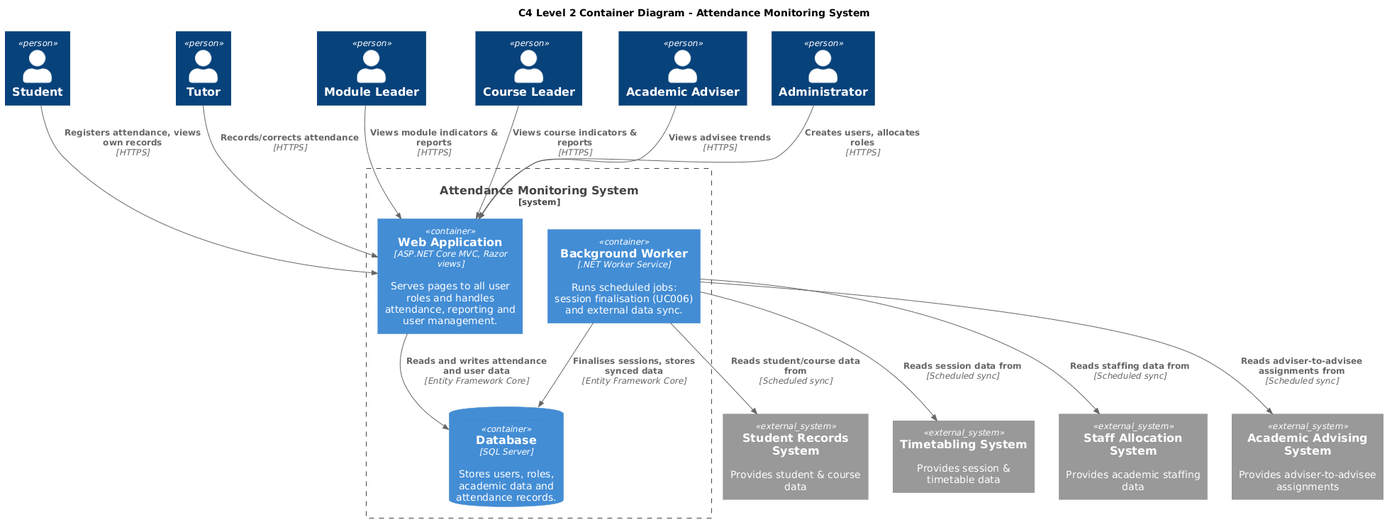
This is out/diagrams/c4-level2-diagram/AttendanceMonitoringSystemC4L2.png from Shelly855/attendance-monitoring-copy, a PlantUML export, as it was before one commit.
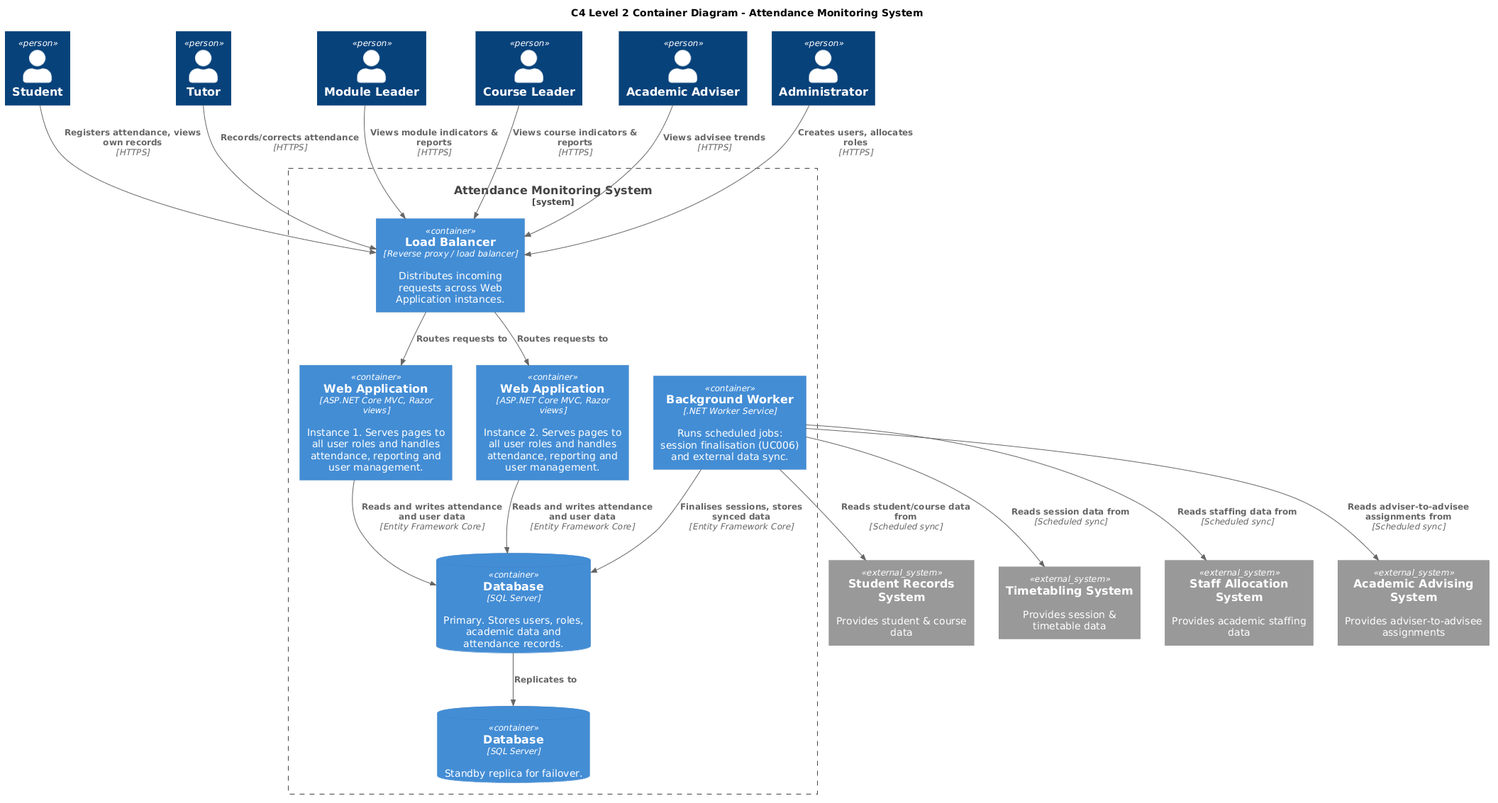
The same file after the commit.

Commit message:
adjust c4 diagram

Change to the diagram source:
```diff
@@ -10,9 +10,12 @@
 Person(admin, "Administrator")
 
 System_Boundary(ams, "Attendance Monitoring System") {
-    Container(web, "Web Application", "ASP.NET Core MVC, Razor views", "Serves pages to all user roles and handles attendance, reporting and user management.")
+    Container(lb, "Load Balancer", "Reverse proxy / load balancer", "Distributes incoming requests across Web Application instances.")
+    Container(web1, "Web Application", "ASP.NET Core MVC, Razor views", "Instance 1. Serves pages to all user roles and handles attendance, reporting and user management.")
+    Container(web2, "Web Application", "ASP.NET Core MVC, Razor views", "Instance 2. Serves pages to all user roles and handles attendance, reporting and user management.")
     Container(worker, "Background Worker", ".NET Worker Service", "Runs scheduled jobs: session finalisation (UC006) and external data sync.")
-    ContainerDb(db, "Database", "SQL Server", "Stores users, roles, academic data and attendance records.")
+    ContainerDb(db, "Database", "SQL Server", "Primary. Stores users, roles, academic data and attendance records.")
+    ContainerDb(dbStandby, "Database", "SQL Server", "Standby replica for failover.")
 }
 
 System_Ext(studentRecords, "Student Records System", "Provides student & course data")
@@ -20,15 +23,21 @@
 System_Ext(staffAlloc, "Staff Allocation System", "Provides academic staffing data")
 System_Ext(advising, "Academic Advising System", "Provides adviser-to-advisee assignments")
 
-Rel(student, web, "Registers attendance, views own records", "HTTPS")
-Rel(tutor, web, "Records/corrects attendance", "HTTPS")
-Rel(moduleLeader, web, "Views module indicators & reports", "HTTPS")
-Rel(courseLeader, web, "Views course indicators & reports", "HTTPS")
-Rel(adviser, web, "Views advisee trends", "HTTPS")
-Rel(admin, web, "Creates users, allocates roles", "HTTPS")
+Rel(student, lb, "Registers attendance, views own records", "HTTPS")
+Rel(tutor, lb, "Records/corrects attendance", "HTTPS")
+Rel(moduleLeader, lb, "Views module indicators & reports", "HTTPS")
+Rel(courseLeader, lb, "Views course indicators & reports", "HTTPS")
+Rel(adviser, lb, "Views advisee trends", "HTTPS")
+Rel(admin, lb, "Creates users, allocates roles", "HTTPS")
 
-Rel(web, db, "Reads and writes attendance and user data", "Entity Framework Core")
+Rel(lb, web1, "Routes requests to")
+Rel(lb, web2, "Routes requests to")
+
+Rel(web1, db, "Reads and writes attendance and user data", "Entity Framework Core")
+Rel(web2, db, "Reads and writes attendance and user data", "Entity Framework Core")
 Rel(worker, db, "Finalises sessions, stores synced data", "Entity Framework Core")
+
+Rel(db, dbStandby, "Replicates to")
 
 Rel(worker, studentRecords, "Reads student/course data from", "Scheduled sync")
 Rel(worker, timetabling, "Reads session data from", "Scheduled sync")
```
